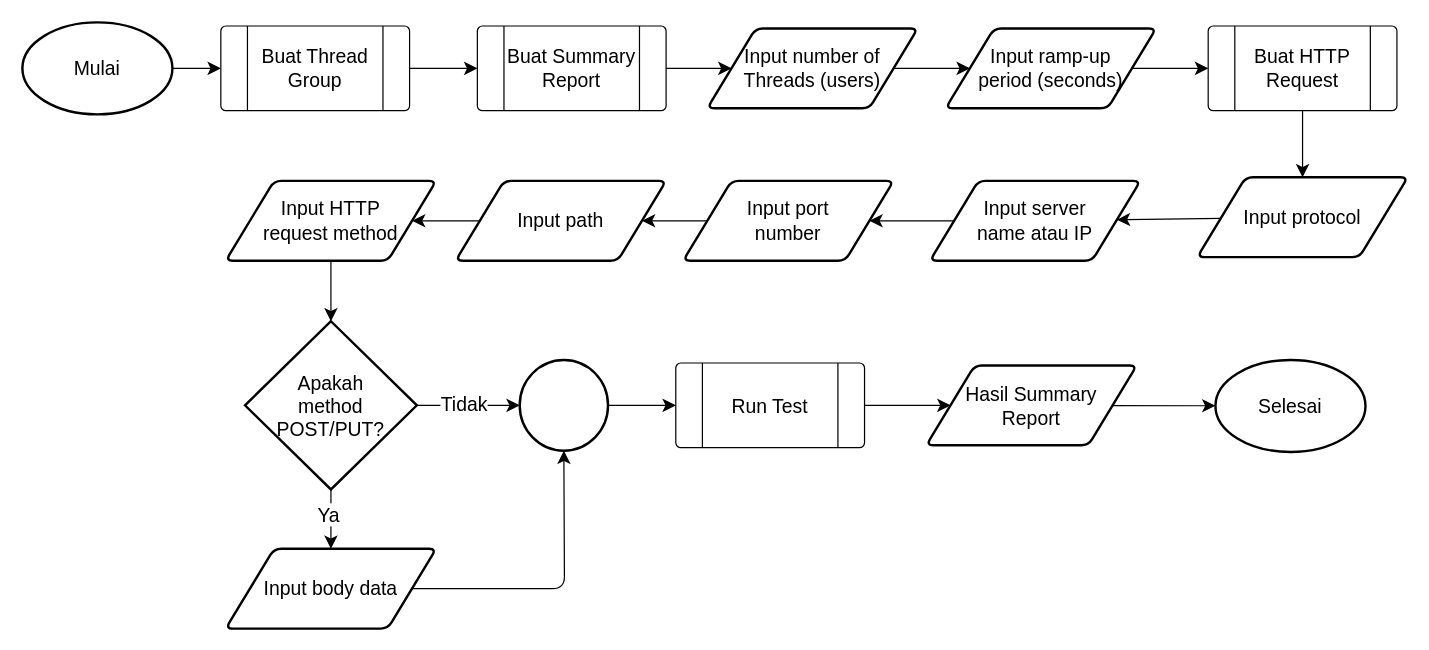
Yoga3911/alterra_section_15 keeps this draw.io diagram as page "Page-5" (5 of 10) of problem_1/Untitled Diagram.drawio. Above is the earlier version. Source tidied: cells renumbered, new cells numbered last; positions are measured from the earlier drawing's top-left corner, leaving out a move shared by most shapes. Both pictures are drawn from the tidied source at 121%, with x=0, y=0 at pixel (22, 22).
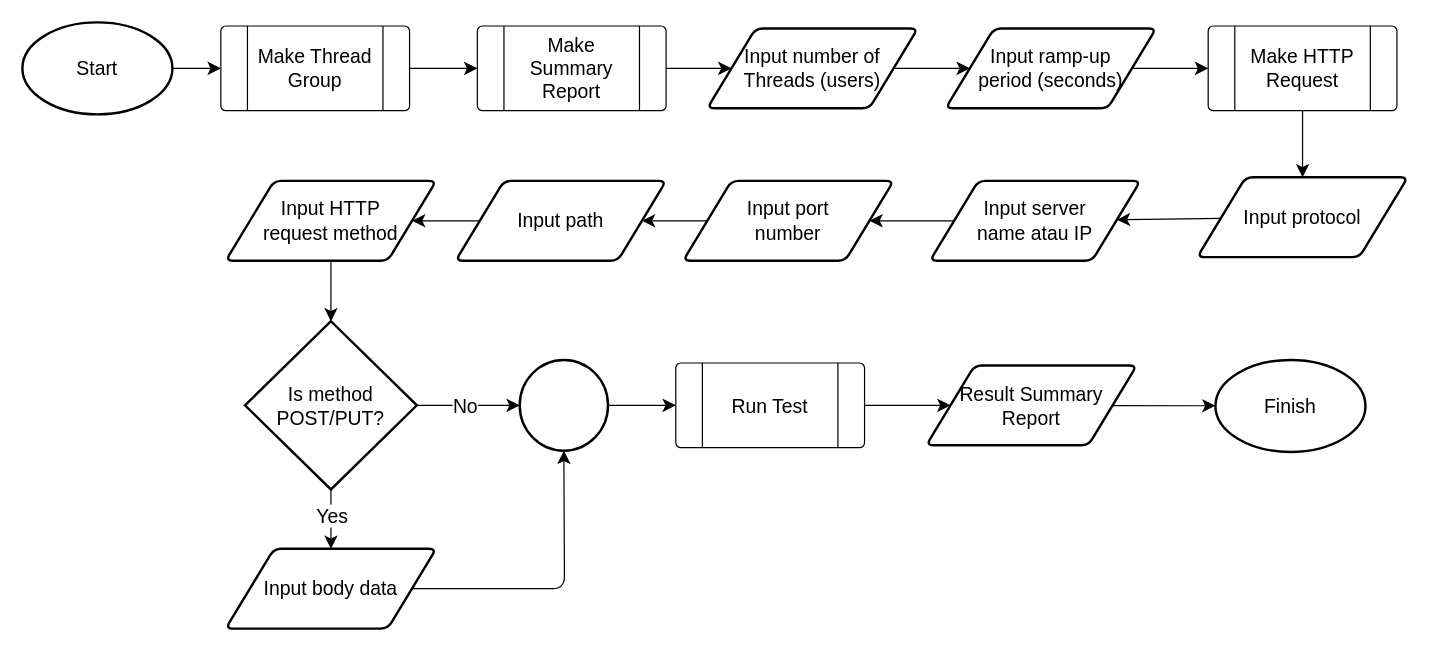
Above is the later version.

The change refers to these unchanged cells:
```xml
<mxCell id="22" style="edgeStyle=none;curved=1;rounded=0;jettySize=auto;html=1;fontSize=12;startSize=8;endSize=8;" parent="1" edge="1" source="26" target="27">
  <mxGeometry relative="1" as="geometry" />
</mxCell>
<mxCell id="24" style="edgeStyle=none;curved=1;rounded=0;jettySize=auto;html=1;fontSize=12;startSize=8;endSize=8;" parent="1" edge="1" source="26" target="29">
  <mxGeometry relative="1" as="geometry" />
</mxCell>
```

The edit, as a diff of the source:
```diff
@@
-    <mxCell id="3" value="Mulai" style="strokeWidth=2;html=1;shape=mxgraph.flowchart.start_1;whiteSpace=wrap;fontSize=16;" parent="1" vertex="1">
+    <mxCell id="3" value="Start" style="strokeWidth=2;html=1;shape=mxgraph.flowchart.start_1;whiteSpace=wrap;fontSize=16;" parent="1" vertex="1">
       <mxGeometry width="124" height="76" as="geometry" />
     </mxCell>
@@
-    <mxCell id="5" value="Buat Summary Report" style="verticalLabelPosition=middle;verticalAlign=middle;html=1;shape=process;whiteSpace=wrap;rounded=1;size=0.14;arcSize=6;fontSize=16;labelPosition=center;align=center;" parent="1" vertex="1">
+    <mxCell id="5" value="Make Summary Report" style="verticalLabelPosition=middle;verticalAlign=middle;html=1;shape=process;whiteSpace=wrap;rounded=1;size=0.14;arcSize=6;fontSize=16;labelPosition=center;align=center;" parent="1" vertex="1">
       <mxGeometry x="376" y="3" width="156" height="70" as="geometry" />
     </mxCell>
@@
-    <mxCell id="11" value="Buat HTTP Request" style="verticalLabelPosition=middle;verticalAlign=middle;html=1;shape=process;whiteSpace=wrap;rounded=1;size=0.14;arcSize=6;fontSize=16;labelPosition=center;align=center;" parent="1" vertex="1">
+    <mxCell id="11" value="Make HTTP Request" style="verticalLabelPosition=middle;verticalAlign=middle;html=1;shape=process;whiteSpace=wrap;rounded=1;size=0.14;arcSize=6;fontSize=16;labelPosition=center;align=center;" parent="1" vertex="1">
       <mxGeometry x="980" y="3" width="156" height="70" as="geometry" />
     </mxCell>
@@
-    <mxCell id="23" value="Ya" style="edgeLabel;html=1;align=center;verticalAlign=middle;fontSize=16;" parent="22" vertex="1">
-      <mxGeometry x="-0.15" y="-3" relative="1" as="geometry">
-        <mxPoint y="-1" as="offset" />
-      </mxGeometry>
-    </mxCell>
+    <mxCell id="38" value="Yes" style="edgeLabel;html=1;align=center;verticalAlign=middle;fontSize=16;" parent="22" vertex="1">
+      <mxGeometry x="-0.16" relative="1" as="geometry" />
+    </mxCell>
@@
-    <mxCell id="25" value="Tidak" style="edgeLabel;html=1;align=center;verticalAlign=middle;fontSize=16;" parent="24" vertex="1">
-      <mxGeometry x="-0.14" y="1" relative="1" as="geometry">
-        <mxPoint x="1" as="offset" />
-      </mxGeometry>
-    </mxCell>
+    <mxCell id="39" value="No" style="edgeLabel;html=1;align=center;verticalAlign=middle;fontSize=16;" parent="24" vertex="1">
+      <mxGeometry x="-0.09" relative="1" as="geometry" />
+    </mxCell>
-    <mxCell id="26" value="Apakah&lt;br&gt;method &lt;br&gt;POST/PUT?" style="strokeWidth=2;html=1;shape=mxgraph.flowchart.decision;whiteSpace=wrap;fontSize=16;" parent="1" vertex="1">
+    <mxCell id="26" value="Is method &lt;br&gt;POST/PUT?" style="strokeWidth=2;html=1;shape=mxgraph.flowchart.decision;whiteSpace=wrap;fontSize=16;" parent="1" vertex="1">
       <mxGeometry x="184" y="247" width="142" height="139" as="geometry" />
     </mxCell>
@@
-    <mxCell id="32" value="Buat Thread Group" style="verticalLabelPosition=middle;verticalAlign=middle;html=1;shape=process;whiteSpace=wrap;rounded=1;size=0.14;arcSize=6;fontSize=16;labelPosition=center;align=center;" parent="1" vertex="1">
+    <mxCell id="32" value="Make Thread Group" style="verticalLabelPosition=middle;verticalAlign=middle;html=1;shape=process;whiteSpace=wrap;rounded=1;size=0.14;arcSize=6;fontSize=16;labelPosition=center;align=center;" parent="1" vertex="1">
       <mxGeometry x="164" y="3" width="156" height="70" as="geometry" />
     </mxCell>
@@
-    <mxCell id="34" value="Hasil Summary &lt;br&gt;Report" style="shape=parallelogram;html=1;strokeWidth=2;perimeter=parallelogramPerimeter;whiteSpace=wrap;rounded=1;arcSize=12;size=0.23;fontSize=16;" parent="1" vertex="1">
+    <mxCell id="34" value="Result Summary &lt;br&gt;Report" style="shape=parallelogram;html=1;strokeWidth=2;perimeter=parallelogramPerimeter;whiteSpace=wrap;rounded=1;arcSize=12;size=0.23;fontSize=16;" parent="1" vertex="1">
       <mxGeometry x="747" y="283.5" width="174" height="66" as="geometry" />
     </mxCell>
@@
-    <mxCell id="37" value="Selesai" style="strokeWidth=2;html=1;shape=mxgraph.flowchart.start_1;whiteSpace=wrap;fontSize=16;" parent="1" vertex="1">
+    <mxCell id="37" value="Finish" style="strokeWidth=2;html=1;shape=mxgraph.flowchart.start_1;whiteSpace=wrap;fontSize=16;" parent="1" vertex="1">
       <mxGeometry x="986" y="279" width="124" height="76" as="geometry" />
     </mxCell>
```
